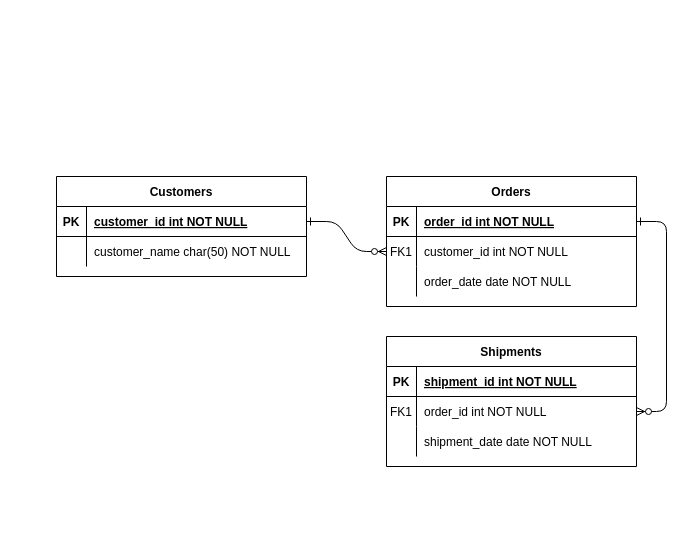
The draw.io diagram Diagramma senza titolo.drawio in Blasty1/BudgetSpese, before the edit. Source tidied: cells renumbered, new cells numbered last; positions are measured from the earlier drawing's top-left corner, leaving out a move shared by most shapes. Both pictures are drawn from the tidied source at 100%, with x=0, y=0 at pixel (56, 176).
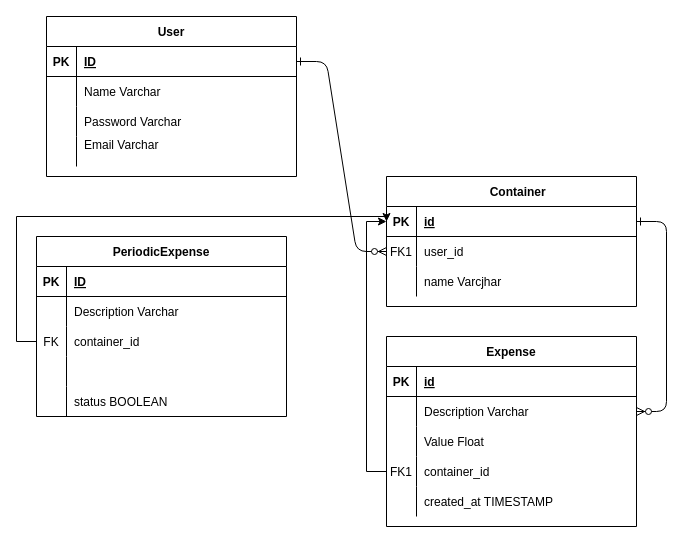
The same page after the edit.

Commit message:
Aggiorna Diagramma

Unchanged cells that the change refers to:
```xml
<mxCell id="5" style="shape=partialRectangle;fillColor=none;points=[[0,0.5],[1,0.5]];portConstraint=eastwest;top=0;left=0;right=0;bottom=1;" parent="4" vertex="1">
  <mxGeometry y="30" width="250" height="30" as="geometry" />
</mxCell>
<mxCell id="8" style="shape=partialRectangle;fillColor=none;points=[[0,0.5],[1,0.5]];portConstraint=eastwest;top=0;left=0;right=0;bottom=0;" parent="4" vertex="1">
  <mxGeometry y="60" width="250" height="30" as="geometry" />
</mxCell>
<mxCell id="11" style="shape=partialRectangle;fillColor=none;top=0;left=0;right=0;bottom=0;" parent="4" vertex="1">
  <mxGeometry y="90" width="250" height="30" as="geometry" />
</mxCell>
<mxCell id="15" style="shape=partialRectangle;fillColor=none;top=0;left=0;right=0;bottom=1;" parent="14" vertex="1">
  <mxGeometry y="30" width="250" height="30" as="geometry" />
</mxCell>
<mxCell id="18" style="shape=partialRectangle;fillColor=none;points=[[0,0.5],[1,0.5]];portConstraint=eastwest;top=0;left=0;right=0;bottom=0;" parent="14" vertex="1">
  <mxGeometry y="60" width="250" height="30" as="geometry" />
</mxCell>
<mxCell id="21" style="shape=partialRectangle;fillColor=none;top=0;left=0;right=0;bottom=0;" parent="14" vertex="1">
  <mxGeometry y="90" width="250" height="30" as="geometry" />
</mxCell>
<mxCell id="25" style="shape=partialRectangle;fillColor=none;points=[[0,0.5],[1,0.5]];portConstraint=eastwest;top=0;left=0;right=0;bottom=1;" parent="24" vertex="1">
  <mxGeometry y="30" width="250" height="30" as="geometry" />
</mxCell>
<mxCell id="28" style="shape=partialRectangle;fillColor=none;top=0;left=0;right=0;bottom=0;" parent="24" vertex="1">
  <mxGeometry y="60" width="250" height="30" as="geometry" />
</mxCell>
```

The edit, as a diff of the source:
```diff
@@
-    <mxCell id="4" value="Orders" style="shape=table;startSize=30;childLayout=tableLayout;rowLines=0;fontStyle=1;align=center;" parent="1" vertex="1">
+    <mxCell id="4" value="    Container" style="shape=table;startSize=30;childLayout=tableLayout;rowLines=0;fontStyle=1;align=center;" parent="1" vertex="1">
       <mxGeometry x="330" width="250" height="130" as="geometry" />
     </mxCell>
@@
-    <mxCell id="7" value="order_id int NOT NULL " style="shape=partialRectangle;overflow=hidden;fillColor=none;top=0;left=0;bottom=0;right=0;align=left;spacingLeft=6;fontStyle=5;" parent="5" vertex="1">
+    <mxCell id="7" value="id" style="shape=partialRectangle;overflow=hidden;fillColor=none;top=0;left=0;bottom=0;right=0;align=left;spacingLeft=6;fontStyle=5;" parent="5" vertex="1">
       <mxGeometry x="30" width="220" height="30" as="geometry" />
     </mxCell>
@@
-    <mxCell id="10" value="customer_id int NOT NULL" style="shape=partialRectangle;overflow=hidden;fillColor=none;top=0;left=0;bottom=0;right=0;align=left;spacingLeft=6;" parent="8" vertex="1">
+    <mxCell id="10" value="user_id" style="shape=partialRectangle;overflow=hidden;fillColor=none;top=0;left=0;bottom=0;right=0;align=left;spacingLeft=6;" parent="8" vertex="1">
       <mxGeometry x="30" width="220" height="30" as="geometry" />
     </mxCell>
@@
-    <mxCell id="13" value="order_date date NOT NULL" style="shape=partialRectangle;overflow=hidden;fillColor=none;top=0;left=0;bottom=0;right=0;align=left;spacingLeft=6;" parent="11" vertex="1">
+    <mxCell id="13" value="name Varcjhar" style="shape=partialRectangle;overflow=hidden;fillColor=none;top=0;left=0;bottom=0;right=0;align=left;spacingLeft=6;" parent="11" vertex="1">
       <mxGeometry x="30" width="220" height="30" as="geometry" />
     </mxCell>
-    <mxCell id="14" value="Shipments" style="shape=table;startSize=30;childLayout=tableLayout;rowLines=0;fontStyle=1;align=center;" parent="1" vertex="1">
-      <mxGeometry x="330" y="160" width="250" height="130" as="geometry" />
+    <mxCell id="14" value="Expense" style="shape=table;startSize=30;childLayout=tableLayout;rowLines=0;fontStyle=1;align=center;" parent="1" vertex="1">
+      <mxGeometry x="330" y="160" width="250" height="190" as="geometry" />
     </mxCell>
@@
-    <mxCell id="17" value="shipment_id int NOT NULL " style="shape=partialRectangle;overflow=hidden;fillColor=none;top=0;left=0;bottom=0;right=0;align=left;spacingLeft=6;fontStyle=5;" parent="15" vertex="1">
+    <mxCell id="17" value="id" style="shape=partialRectangle;overflow=hidden;fillColor=none;top=0;left=0;bottom=0;right=0;align=left;spacingLeft=6;fontStyle=5;" parent="15" vertex="1">
       <mxGeometry x="30" width="220" height="30" as="geometry" />
     </mxCell>
@@
-    <mxCell id="19" value="FK1" style="shape=partialRectangle;overflow=hidden;fillColor=none;top=0;left=0;bottom=0;right=0;" parent="18" vertex="1">
+    <mxCell id="19" style="shape=partialRectangle;overflow=hidden;fillColor=none;top=0;left=0;bottom=0;right=0;" parent="18" vertex="1">
       <mxGeometry width="30" height="30" as="geometry" />
     </mxCell>
-    <mxCell id="20" value="order_id int NOT NULL" style="shape=partialRectangle;overflow=hidden;fillColor=none;top=0;left=0;bottom=0;right=0;align=left;spacingLeft=6;" parent="18" vertex="1">
+    <mxCell id="20" value="Description Varchar" style="shape=partialRectangle;overflow=hidden;fillColor=none;top=0;left=0;bottom=0;right=0;align=left;spacingLeft=6;" parent="18" vertex="1">
       <mxGeometry x="30" width="220" height="30" as="geometry" />
     </mxCell>
@@
-    <mxCell id="23" value="shipment_date date NOT NULL" style="shape=partialRectangle;overflow=hidden;fillColor=none;top=0;left=0;bottom=0;right=0;align=left;spacingLeft=6;" parent="21" vertex="1">
+    <mxCell id="23" value="Value Float" style="shape=partialRectangle;overflow=hidden;fillColor=none;top=0;left=0;bottom=0;right=0;align=left;spacingLeft=6;" parent="21" vertex="1">
       <mxGeometry x="30" width="220" height="30" as="geometry" />
     </mxCell>
+    <mxCell id="31" style="shape=partialRectangle;fillColor=none;points=[[0,0.5],[1,0.5]];portConstraint=eastwest;top=0;left=0;right=0;bottom=0;" parent="14" vertex="1">
+      <mxGeometry y="120" width="250" height="30" as="geometry" />
+    </mxCell>
+    <mxCell id="32" value="FK1" style="shape=partialRectangle;overflow=hidden;fillColor=none;top=0;left=0;bottom=0;right=0;" parent="31" vertex="1">
+      <mxGeometry width="30" height="30" as="geometry" />
+    </mxCell>
+    <mxCell id="33" value="container_id" style="shape=partialRectangle;overflow=hidden;fillColor=none;top=0;left=0;bottom=0;right=0;align=left;spacingLeft=6;" parent="31" vertex="1">
+      <mxGeometry x="30" width="220" height="30" as="geometry" />
+    </mxCell>
+    <mxCell id="34" style="shape=partialRectangle;fillColor=none;top=0;left=0;right=0;bottom=0;" parent="14" vertex="1">
+      <mxGeometry y="150" width="250" height="30" as="geometry" />
+    </mxCell>
+    <mxCell id="35" style="shape=partialRectangle;overflow=hidden;fillColor=none;top=0;left=0;bottom=0;right=0;" parent="34" vertex="1">
+      <mxGeometry width="30" height="30" as="geometry" />
+    </mxCell>
+    <mxCell id="36" value="created_at TIMESTAMP" style="shape=partialRectangle;overflow=hidden;fillColor=none;top=0;left=0;bottom=0;right=0;align=left;spacingLeft=6;" parent="34" vertex="1">
+      <mxGeometry x="30" width="220" height="30" as="geometry" />
+    </mxCell>
-    <mxCell id="24" value="Customers" style="shape=table;startSize=30;childLayout=tableLayout;rowLines=0;fontStyle=1;align=center;" parent="1" vertex="1">
-      <mxGeometry width="250" height="100" as="geometry" />
+    <mxCell id="24" value="User" style="shape=table;startSize=30;childLayout=tableLayout;rowLines=0;fontStyle=1;align=center;" parent="1" vertex="1">
+      <mxGeometry x="-10" y="-160" width="250" height="160" as="geometry" />
     </mxCell>
@@
-    <mxCell id="27" value="customer_id int NOT NULL " style="shape=partialRectangle;overflow=hidden;fillColor=none;top=0;left=0;bottom=0;right=0;align=left;spacingLeft=6;fontStyle=5;" parent="25" vertex="1">
+    <mxCell id="27" value="ID" style="shape=partialRectangle;overflow=hidden;fillColor=none;top=0;left=0;bottom=0;right=0;align=left;spacingLeft=6;fontStyle=5;" parent="25" vertex="1">
       <mxGeometry x="30" width="220" height="30" as="geometry" />
     </mxCell>
@@
-    <mxCell id="30" value="customer_name char(50) NOT NULL" style="shape=partialRectangle;overflow=hidden;fillColor=none;top=0;left=0;bottom=0;right=0;align=left;spacingLeft=6;" parent="28" vertex="1">
+    <mxCell id="30" value="Name Varchar" style="shape=partialRectangle;overflow=hidden;fillColor=none;top=0;left=0;bottom=0;right=0;align=left;spacingLeft=6;" parent="28" vertex="1">
       <mxGeometry x="30" width="220" height="30" as="geometry" />
     </mxCell>
+    <mxCell id="37" style="shape=partialRectangle;fillColor=none;top=0;left=0;right=0;bottom=0;" parent="24" vertex="1">
+      <mxGeometry y="90" width="250" height="30" as="geometry" />
+    </mxCell>
+    <mxCell id="38" style="shape=partialRectangle;overflow=hidden;fillColor=none;top=0;left=0;bottom=0;right=0;" parent="37" vertex="1">
+      <mxGeometry width="30" height="30" as="geometry" />
+    </mxCell>
+    <mxCell id="39" value="Password Varchar" style="shape=partialRectangle;overflow=hidden;fillColor=none;top=0;left=0;bottom=0;right=0;align=left;spacingLeft=6;" parent="37" vertex="1">
+      <mxGeometry x="30" width="220" height="30" as="geometry" />
+    </mxCell>
+    <mxCell id="40" style="shape=partialRectangle;fillColor=none;top=0;left=0;right=0;bottom=0;" parent="24" vertex="1">
+      <mxGeometry y="120" width="250" height="30" as="geometry" />
+    </mxCell>
+    <mxCell id="41" style="shape=partialRectangle;overflow=hidden;fillColor=none;top=0;left=0;bottom=0;right=0;" parent="40" vertex="1">
+      <mxGeometry width="30" height="30" as="geometry" />
+    </mxCell>
+    <mxCell id="42" value="Email Varchar&#10;" style="shape=partialRectangle;overflow=hidden;fillColor=none;top=0;left=0;bottom=0;right=0;align=left;spacingLeft=6;" parent="40" vertex="1">
+      <mxGeometry x="30" width="220" height="30" as="geometry" />
+    </mxCell>
+    <mxCell id="43" style="edgeStyle=orthogonalEdgeStyle;rounded=0;jettySize=auto;html=1;exitX=0;exitY=0.5;exitDx=0;exitDy=0;entryX=0;entryY=0.5;entryDx=0;entryDy=0;" parent="1" edge="1" source="31" target="5">
+      <mxGeometry relative="1" as="geometry" />
+    </mxCell>
+    <mxCell id="44" value="PeriodicExpense" style="shape=table;startSize=30;childLayout=tableLayout;rowLines=0;fontStyle=1;align=center;" parent="1" vertex="1">
+      <mxGeometry x="-20" y="60" width="250" height="180" as="geometry" />
+    </mxCell>
+    <mxCell id="45" style="shape=partialRectangle;fillColor=none;top=0;left=0;right=0;bottom=1;" parent="44" vertex="1">
+      <mxGeometry y="30" width="250" height="30" as="geometry" />
+    </mxCell>
+    <mxCell id="46" value="PK" style="shape=partialRectangle;overflow=hidden;fillColor=none;top=0;left=0;bottom=0;right=0;fontStyle=1;" parent="45" vertex="1">
+      <mxGeometry width="30" height="30" as="geometry" />
+    </mxCell>
+    <mxCell id="47" value="ID" style="shape=partialRectangle;overflow=hidden;fillColor=none;top=0;left=0;bottom=0;right=0;align=left;spacingLeft=6;fontStyle=5;" parent="45" vertex="1">
+      <mxGeometry x="30" width="220" height="30" as="geometry" />
+    </mxCell>
+    <mxCell id="48" style="shape=partialRectangle;fillColor=none;top=0;left=0;right=0;bottom=0;" parent="44" vertex="1">
+      <mxGeometry y="60" width="250" height="30" as="geometry" />
+    </mxCell>
+    <mxCell id="49" style="shape=partialRectangle;overflow=hidden;fillColor=none;top=0;left=0;bottom=0;right=0;" parent="48" vertex="1">
+      <mxGeometry width="30" height="30" as="geometry" />
+    </mxCell>
+    <mxCell id="50" value="Description Varchar" style="shape=partialRectangle;overflow=hidden;fillColor=none;top=0;left=0;bottom=0;right=0;align=left;spacingLeft=6;" parent="48" vertex="1">
+      <mxGeometry x="30" width="220" height="30" as="geometry" />
+    </mxCell>
+    <mxCell id="51" style="shape=partialRectangle;fillColor=none;points=[[0,0.5],[1,0.5]];portConstraint=eastwest;top=0;left=0;right=0;bottom=0;" parent="44" vertex="1">
+      <mxGeometry y="90" width="250" height="30" as="geometry" />
+    </mxCell>
+    <mxCell id="52" value="FK" style="shape=partialRectangle;overflow=hidden;fillColor=none;top=0;left=0;bottom=0;right=0;" parent="51" vertex="1">
+      <mxGeometry width="30" height="30" as="geometry" />
+    </mxCell>
+    <mxCell id="53" value="container_id" style="shape=partialRectangle;overflow=hidden;fillColor=none;top=0;left=0;bottom=0;right=0;align=left;spacingLeft=6;" parent="51" vertex="1">
+      <mxGeometry x="30" width="220" height="30" as="geometry" />
+    </mxCell>
+    <mxCell id="54" style="shape=partialRectangle;fillColor=none;top=0;left=0;right=0;bottom=0;" parent="44" vertex="1">
+      <mxGeometry y="120" width="250" height="30" as="geometry" />
+    </mxCell>
+    <mxCell id="55" style="shape=partialRectangle;overflow=hidden;fillColor=none;top=0;left=0;bottom=0;right=0;" parent="54" vertex="1">
+      <mxGeometry width="30" height="30" as="geometry" />
+    </mxCell>
+    <mxCell id="56" style="shape=partialRectangle;overflow=hidden;fillColor=none;top=0;left=0;bottom=0;right=0;align=left;spacingLeft=6;" parent="54" vertex="1">
+      <mxGeometry x="30" width="220" height="30" as="geometry" />
+    </mxCell>
+    <mxCell id="57" style="shape=partialRectangle;fillColor=none;top=0;left=0;right=0;bottom=0;" parent="44" vertex="1">
+      <mxGeometry y="150" width="250" height="30" as="geometry" />
+    </mxCell>
+    <mxCell id="58" style="shape=partialRectangle;overflow=hidden;fillColor=none;top=0;left=0;bottom=0;right=0;" parent="57" vertex="1">
+      <mxGeometry width="30" height="30" as="geometry" />
+    </mxCell>
+    <mxCell id="59" value="status BOOLEAN" style="shape=partialRectangle;overflow=hidden;fillColor=none;top=0;left=0;bottom=0;right=0;align=left;spacingLeft=6;" parent="57" vertex="1">
+      <mxGeometry x="30" width="220" height="30" as="geometry" />
+    </mxCell>
+    <mxCell id="60" style="edgeStyle=orthogonalEdgeStyle;rounded=0;jettySize=auto;html=1;exitX=0;exitY=0.5;exitDx=0;exitDy=0;entryX=0;entryY=0.5;entryDx=0;entryDy=0;" parent="1" edge="1" source="51" target="5">
+      <mxGeometry relative="1" as="geometry">
+        <Array as="points">
+          <mxPoint x="-40" y="165" />
+          <mxPoint x="-40" y="40" />
+          <mxPoint x="330" y="40" />
+        </Array>
+      </mxGeometry>
+    </mxCell>
```
